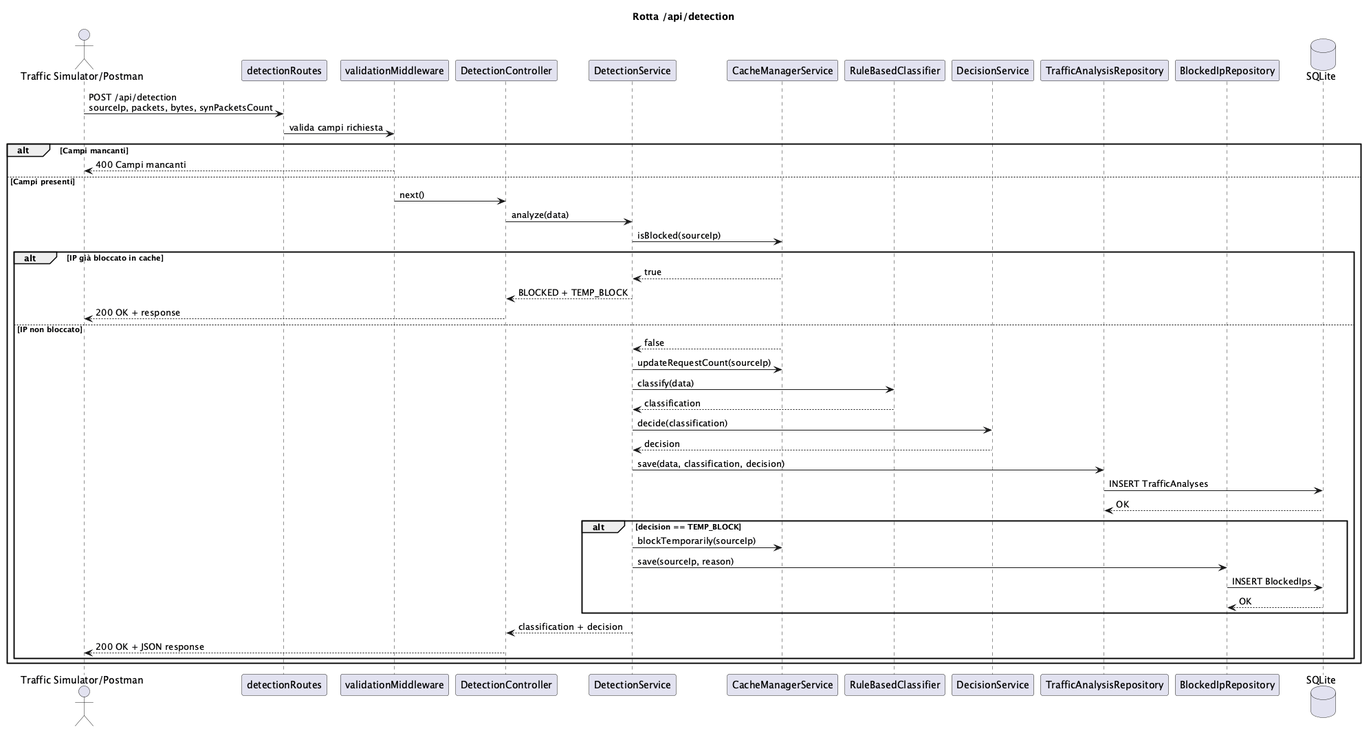
Ceciliaaa3110/Project_PA keeps this PlantUML diagram as sequenzaDetection.png. Above is the earlier version.
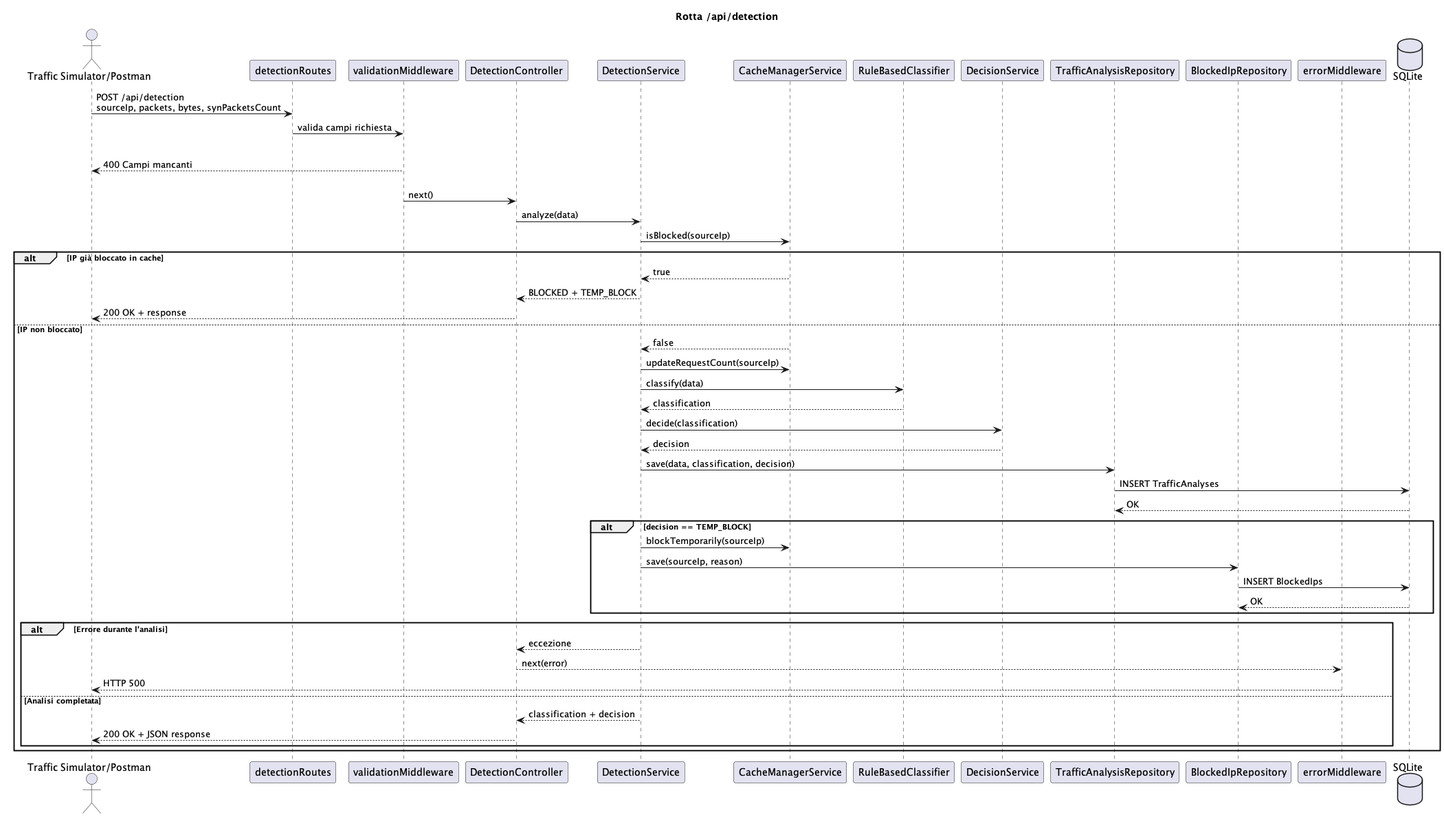
The same diagram one commit later.

Commit message:
modifica nome

Diff of the diagram source:
```diff
@@ -11,7 +11,9 @@
 participant "DecisionService" as Decision
 participant "TrafficAnalysisRepository" as AnalysisRepo
 participant "BlockedIpRepository" as BlockedRepo
+participant "errorMiddleware" as errorMiddleware
 database "SQLite" as DB
+
 
 Client -> Route : POST /api/detection\nsourceIp, packets, bytes, synPacketsCount
 Route -> Validation : valida campi richiesta
@@ -49,6 +51,11 @@
             DB --> BlockedRepo : OK
         end
 
+        alt Errore durante l'analisi
+        Service --> Controller : eccezione
+        Controller --> errorMiddleware : next(error)
+        errorMiddleware --> Client : HTTP 500
+        else Analisi completata
         Service --> Controller : classification + decision
         Controller --> Client : 200 OK + JSON response
     end
```
